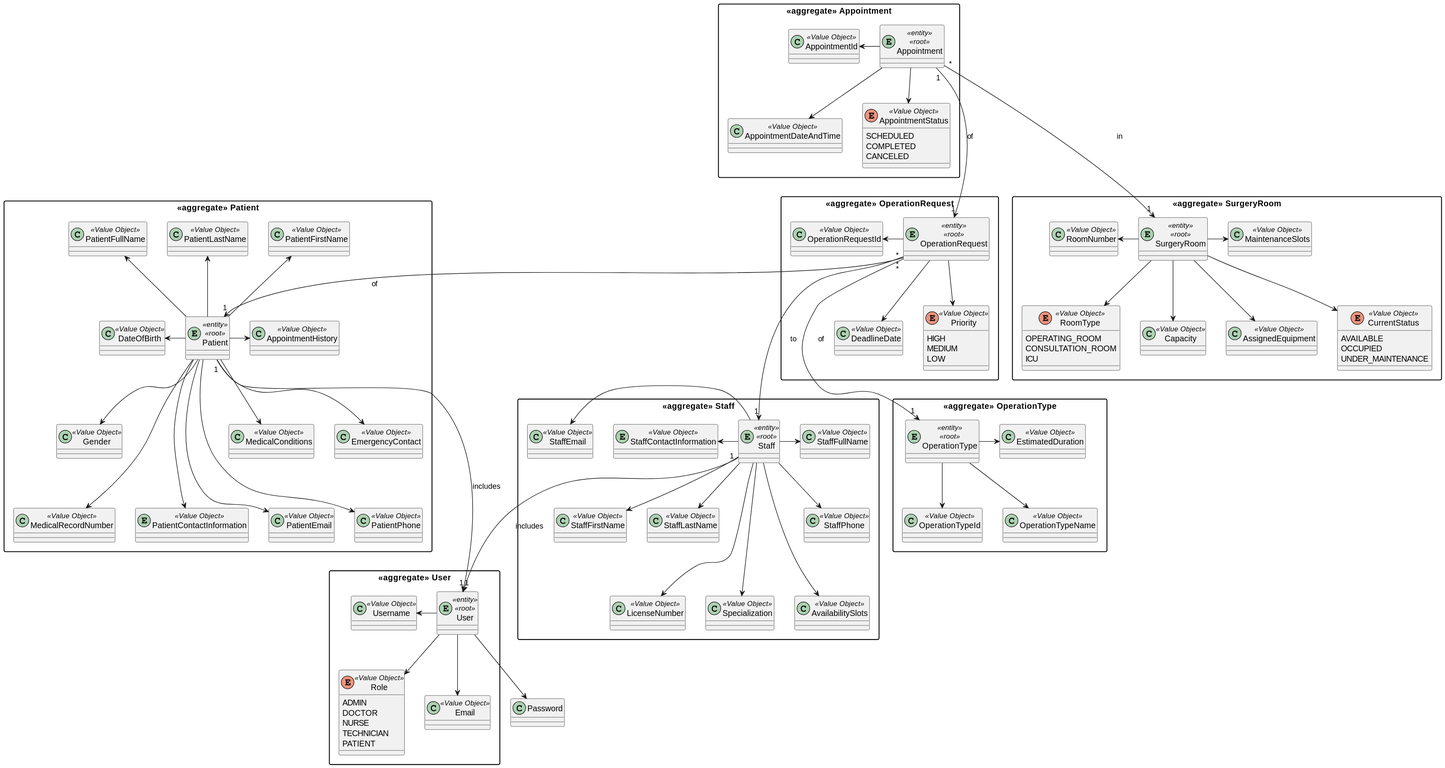
Above: docs/domain-model/domain-model.svg in 1220846/sem5pi-24-25-3ddg20 (PlantUML), before the change. The source it was exported from:
```plantuml
@startuml
skinparam classAttributeIconSize 0

skinparam packageStyle rectangle

package "<<aggregate>> User"{

    entity User <<entity>> <<root>>{

    }
    class Username <<Value Object>>{

    }

    enum Role <<Value Object>> {
        ADMIN
        DOCTOR
        NURSE
        TECHNICIAN
        PATIENT
    }

    class Email  <<Value Object>> {
    }

}

package "<<aggregate>> Patient"{

    entity Patient <<entity>> <<root>>{
    }

    class PatientFirstName <<Value Object>>{

    }

    class PatientLastName <<Value Object>>{

    }

    class PatientFullName <<Value Object>>{

    }

    class DateOfBirth <<Value Object>>{

    }

    class Gender <<Value Object>>{

    }

    class MedicalRecordNumber <<Value Object>>{

    }

    entity PatientContactInformation <<Value Object>>{

    }

    class PatientEmail <<Value Object>>{

    }

    class PatientPhone <<Value Object>>{

    }

    class MedicalConditions <<Value Object>>{

    }

    class EmergencyContact <<Value Object>>{

    }

    class AppointmentHistory <<Value Object>>{

    }


}

package "<<aggregate>> Staff"{

    entity Staff <<entity>> <<root>>{
    }

    class StaffFirstName <<Value Object>>{

    }

    class StaffLastName <<Value Object>>{

    }

    class StaffFullName <<Value Object>>{

    }

    class LicenseNumber <<Value Object>>{

    }

    class Specialization <<Value Object>>{

    }

    class AvailabilitySlots <<Value Object>>{

    }

    entity StaffContactInformation <<Value Object>>{

    }

    class StaffEmail <<Value Object>>{

    }

    class StaffPhone <<Value Object>>{

    }
}

package "<<aggregate>> OperationRequest"{

    entity OperationRequest <<entity>> <<root>>{
    }

    class OperationRequestId <<Value Object>>{

    }

    class DeadlineDate <<Value Object>>{

    }

    enum Priority <<Value Object>>{
        HIGH
        MEDIUM
        LOW
    }

}

package "<<aggregate>> OperationType"{

    entity OperationType <<entity>> <<root>>{
    }

    class OperationTypeId <<Value Object>>{

    }

    class OperationTypeName <<Value Object>>{

    }

    class EstimatedDuration <<Value Object>>{

    }
}

package "<<aggregate>> Appointment"{

    entity Appointment <<entity>> <<root>>{
    }

    class AppointmentId <<Value Object>>{

    }

    class AppointmentDateAndTime <<Value Object>>{

    }

    enum AppointmentStatus <<Value Object>>{
        SCHEDULED
        COMPLETED
        CANCELED
    }
}

package "<<aggregate>> SurgeryRoom"{

    entity SurgeryRoom <<entity>> <<root>>{
    }

    class RoomNumber <<Value Object>>{

    }

    enum RoomType <<Value Object>>{
        OPERATING_ROOM
        CONSULTATION_ROOM
        ICU
    }

    class Capacity <<Value Object>>{

    }

    class AssignedEquipment <<Value Object>> {

    }

    enum CurrentStatus <<Value Object>>{
        AVAILABLE
        OCCUPIED
        UNDER_MAINTENANCE
    }

    class MaintenanceSlots <<Value Object>> {

    }

}

Username <- User
User --> Role
User --> Email
User --> Password

PatientFirstName <-- Patient
PatientLastName <-- Patient
PatientFullName <-- Patient
DateOfBirth <- Patient
Patient --> Gender
Patient ---> MedicalRecordNumber
Patient ---> PatientContactInformation
Patient --> MedicalConditions
Patient --> EmergencyContact
Patient -> AppointmentHistory
Patient ---> PatientEmail
Patient ---> PatientPhone
Patient "1" --> "1" User: includes

Staff --> StaffFirstName
Staff --> StaffLastName
Staff -> StaffFullName
StaffContactInformation <- Staff
StaffEmail <- Staff
Staff ---> LicenseNumber
Staff ---> Specialization
Staff ---> AvailabilitySlots
Staff --> StaffPhone
Staff "1" ---> "1"User: includes

OperationRequestId <- OperationRequest
OperationRequest --> DeadlineDate
OperationRequest --> Priority
OperationRequest "*" --> "1" Patient: of
OperationRequest "*" ---> "1" Staff: to
OperationRequest "*" ---> "1" OperationType: of

OperationType --> OperationTypeId
OperationType --> OperationTypeName
OperationType -> EstimatedDuration

AppointmentId <- Appointment
Appointment --> AppointmentDateAndTime
Appointment --> AppointmentStatus
Appointment "1" ---> "1" OperationRequest: of
Appointment "*" ---> "1" SurgeryRoom: in

RoomNumber <- SurgeryRoom
SurgeryRoom --> RoomType
SurgeryRoom --> Capacity
SurgeryRoom --> AssignedEquipment
SurgeryRoom --> CurrentStatus
SurgeryRoom  -> MaintenanceSlots
@enduml
```
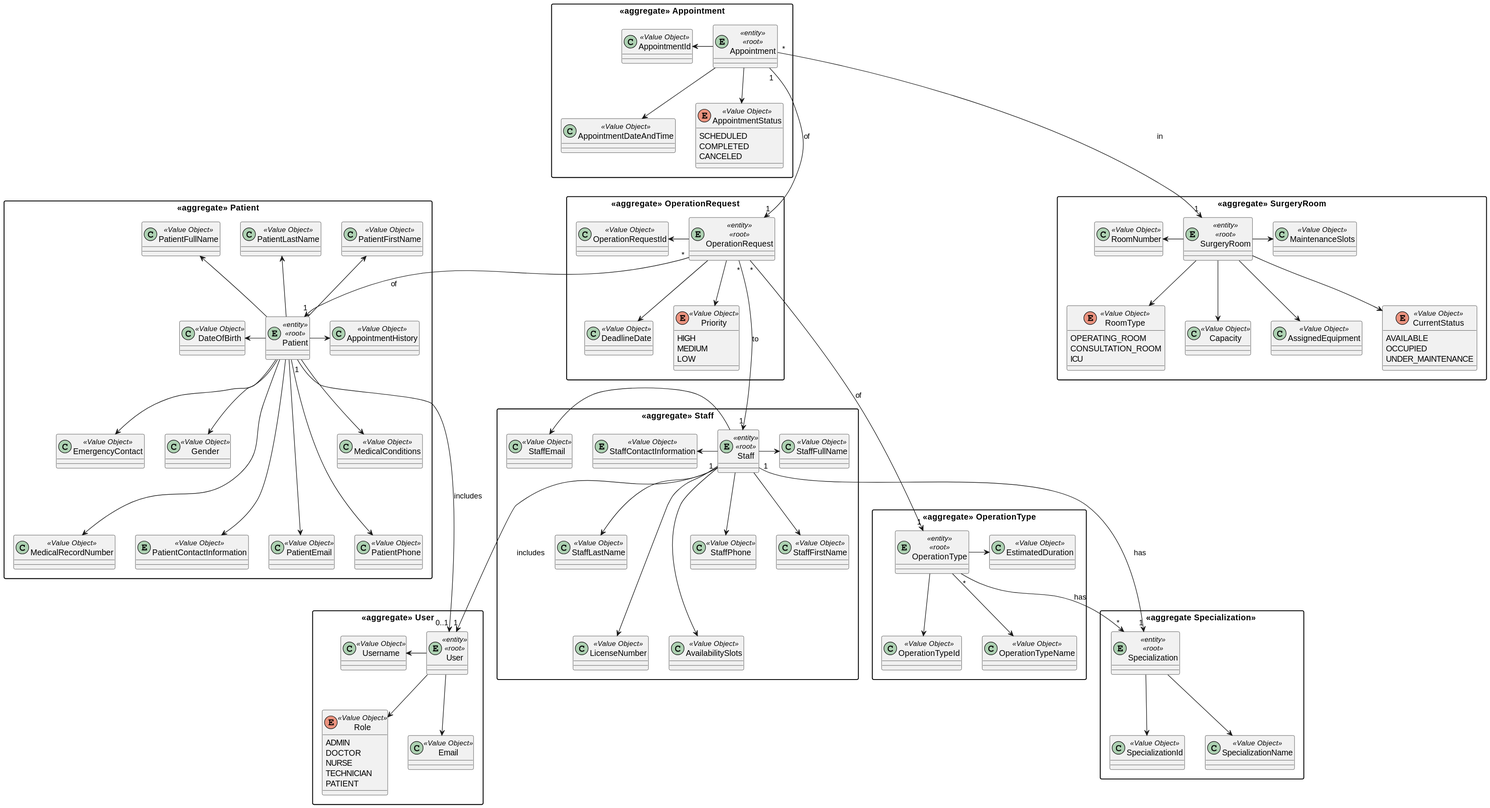
After the change.

Commit message:
docs: fix domain-model and update docs readme #25

Change to the diagram source:
```diff
@@ -102,10 +102,6 @@
 
     }
 
-    class Specialization <<Value Object>>{
-
-    }
-
     class AvailabilitySlots <<Value Object>>{
 
     }
@@ -142,6 +138,20 @@
         LOW
     }
 
+}
+
+package "<<aggregate Specialization>> "{
+
+    entity Specialization <<entity>> <<root>>{
+    }
+
+    class SpecializationId <<Value Object>>{
+
+    }
+
+    class SpecializationName <<Value Object>>{
+
+    }
 }
 
 package "<<aggregate>> OperationType"{
@@ -220,7 +230,6 @@
 Username <- User
 User --> Role
 User --> Email
-User --> Password
 
 PatientFirstName <-- Patient
 PatientLastName <-- Patient
@@ -234,7 +243,7 @@
 Patient -> AppointmentHistory
 Patient ---> PatientEmail
 Patient ---> PatientPhone
-Patient "1" --> "1" User: includes
+Patient "1" --> "0..1" User: includes
 
 Staff --> StaffFirstName
 Staff --> StaffLastName
@@ -242,10 +251,13 @@
 StaffContactInformation <- Staff
 StaffEmail <- Staff
 Staff ---> LicenseNumber
-Staff ---> Specialization
 Staff ---> AvailabilitySlots
 Staff --> StaffPhone
 Staff "1" ---> "1"User: includes
+Staff "1" ---> "1" Specialization : has
+
+Specialization --> SpecializationId
+Specialization --> SpecializationName
 
 OperationRequestId <- OperationRequest
 OperationRequest --> DeadlineDate
@@ -257,6 +269,7 @@
 OperationType --> OperationTypeId
 OperationType --> OperationTypeName
 OperationType -> EstimatedDuration
+OperationType "*" --> "*" Specialization: has
 
 AppointmentId <- Appointment
 Appointment --> AppointmentDateAndTime
```
